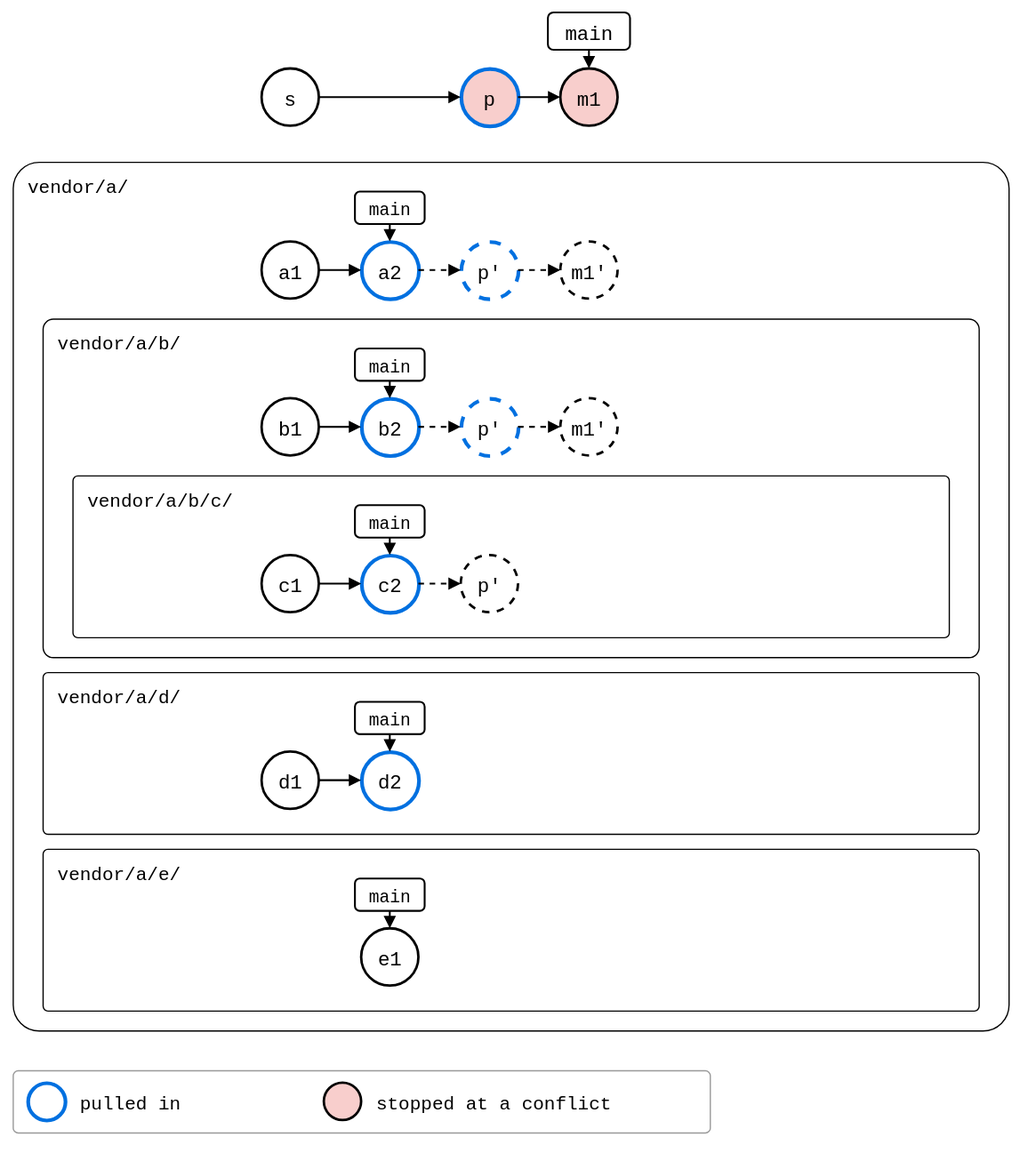
roschaefer/git-splice keeps this draw.io diagram as docs/09-scenarios/05-nested-splices/05-recursion/01-recursive-pull/rebased-pulled.drawio.svg. Above is the earlier version. Source tidied: cells renumbered, new cells last; positions are measured from the earlier drawing's top-left corner, leaving out a move shared by most shapes. Source of this version:
```xml
<mxGraphModel background="#ffffff">
  <root>
    <mxCell id="0" />
    <mxCell id="1" parent="0" />
    <mxCell id="2" value="vendor/a/" style="rounded=1;arcSize=3;fillColor=none;strokeWidth=1;fontSize=15;verticalAlign=top;align=left;spacingLeft=10;spacingTop=4;fontFamily=Roboto Mono,monospace;" parent="1" vertex="1">
      <mxGeometry y="120" width="800" height="698" as="geometry" />
    </mxCell>
    <mxCell id="3" value="vendor/a/e/" style="rounded=1;arcSize=3;fillColor=none;strokeWidth=1;fontSize=15;verticalAlign=top;align=left;spacingLeft=10;spacingTop=4;fontFamily=Roboto Mono,monospace;" parent="1" vertex="1">
      <mxGeometry x="24" y="672" width="752" height="130" as="geometry" />
    </mxCell>
    <mxCell id="4" value="vendor/a/d/" style="rounded=1;arcSize=3;fillColor=none;strokeWidth=1;fontSize=15;verticalAlign=top;align=left;spacingLeft=10;spacingTop=4;fontFamily=Roboto Mono,monospace;" parent="1" vertex="1">
      <mxGeometry x="24" y="530" width="752" height="130" as="geometry" />
    </mxCell>
    <mxCell id="5" value="vendor/a/b/" style="rounded=1;arcSize=3;fillColor=none;strokeWidth=1;fontSize=15;verticalAlign=top;align=left;spacingLeft=10;spacingTop=4;fontFamily=Roboto Mono,monospace;" parent="1" vertex="1">
      <mxGeometry x="24" y="246" width="752" height="272" as="geometry" />
    </mxCell>
    <mxCell id="6" value="vendor/a/b/c/" style="rounded=1;arcSize=3;fillColor=none;strokeWidth=1;fontSize=15;verticalAlign=top;align=left;spacingLeft=10;spacingTop=4;fontFamily=Roboto Mono,monospace;" parent="1" vertex="1">
      <mxGeometry x="48" y="372" width="704" height="130" as="geometry" />
    </mxCell>
    <mxCell id="7" value="s" style="ellipse;strokeWidth=2;fontSize=16;fontFamily=Roboto Mono,monospace;" parent="1" vertex="1">
      <mxGeometry x="200" y="45" width="46" height="46" as="geometry" />
    </mxCell>
    <mxCell id="8" value="p" style="ellipse;strokeWidth=2;fontSize=16;fontFamily=Roboto Mono,monospace;strokeColor=#0070E0;strokeWidth=3;fillColor=#F8CECC;" parent="1" vertex="1">
      <mxGeometry x="360" y="45" width="46" height="46" as="geometry" />
    </mxCell>
    <mxCell id="9" value="m1" style="ellipse;strokeWidth=2;fontSize=16;fontFamily=Roboto Mono,monospace;fillColor=#F8CECC;" parent="1" vertex="1">
      <mxGeometry x="440" y="45" width="46" height="46" as="geometry" />
    </mxCell>
    <mxCell id="10" value="main" style="rounded=1;strokeWidth=1.5;fontSize=16;fontFamily=Roboto Mono,monospace;" parent="1" vertex="1">
      <mxGeometry x="430" width="66" height="30" as="geometry" />
    </mxCell>
    <mxCell id="11" style="endArrow=block;endFill=1;html=1;strokeWidth=1.5;rounded=0;" parent="1" edge="1" source="10" target="9">
      <mxGeometry relative="1" as="geometry" />
    </mxCell>
    <mxCell id="12" value="a1" style="ellipse;strokeWidth=2;fontSize=16;fontFamily=Roboto Mono,monospace;" parent="1" vertex="1">
      <mxGeometry x="200" y="184" width="46" height="46" as="geometry" />
    </mxCell>
    <mxCell id="13" value="a2" style="ellipse;strokeWidth=2;fontSize=16;fontFamily=Roboto Mono,monospace;strokeColor=#0070E0;strokeWidth=3;" parent="1" vertex="1">
      <mxGeometry x="280" y="184" width="46" height="46" as="geometry" />
    </mxCell>
    <mxCell id="14" value="p'" style="ellipse;strokeWidth=2;fontSize=16;fontFamily=Roboto Mono,monospace;strokeColor=#0070E0;strokeWidth=3;dashed=1;" parent="1" vertex="1">
      <mxGeometry x="360" y="184" width="46" height="46" as="geometry" />
    </mxCell>
    <mxCell id="15" value="m1'" style="ellipse;strokeWidth=2;fontSize=16;fontFamily=Roboto Mono,monospace;dashed=1;" parent="1" vertex="1">
      <mxGeometry x="440" y="184" width="46" height="46" as="geometry" />
    </mxCell>
    <mxCell id="16" value="main" style="rounded=1;strokeWidth=1.5;fontSize=16;fontFamily=Roboto Mono,monospace;fontSize=14;" parent="1" vertex="1">
      <mxGeometry x="275" y="144" width="56" height="26" as="geometry" />
    </mxCell>
    <mxCell id="17" style="endArrow=block;endFill=1;html=1;strokeWidth=1.5;rounded=0;" parent="1" edge="1" source="16" target="13">
      <mxGeometry relative="1" as="geometry" />
    </mxCell>
    <mxCell id="18" value="b1" style="ellipse;strokeWidth=2;fontSize=16;fontFamily=Roboto Mono,monospace;" parent="1" vertex="1">
      <mxGeometry x="200" y="310" width="46" height="46" as="geometry" />
    </mxCell>
    <mxCell id="19" value="b2" style="ellipse;strokeWidth=2;fontSize=16;fontFamily=Roboto Mono,monospace;strokeColor=#0070E0;strokeWidth=3;" parent="1" vertex="1">
      <mxGeometry x="280" y="310" width="46" height="46" as="geometry" />
    </mxCell>
    <mxCell id="20" value="p'" style="ellipse;strokeWidth=2;fontSize=16;fontFamily=Roboto Mono,monospace;strokeColor=#0070E0;strokeWidth=3;dashed=1;" parent="1" vertex="1">
      <mxGeometry x="360" y="310" width="46" height="46" as="geometry" />
    </mxCell>
    <mxCell id="21" value="m1'" style="ellipse;strokeWidth=2;fontSize=16;fontFamily=Roboto Mono,monospace;dashed=1;" parent="1" vertex="1">
      <mxGeometry x="440" y="310" width="46" height="46" as="geometry" />
    </mxCell>
    <mxCell id="22" value="main" style="rounded=1;strokeWidth=1.5;fontSize=16;fontFamily=Roboto Mono,monospace;fontSize=14;" parent="1" vertex="1">
      <mxGeometry x="275" y="270" width="56" height="26" as="geometry" />
    </mxCell>
    <mxCell id="23" style="endArrow=block;endFill=1;html=1;strokeWidth=1.5;rounded=0;" parent="1" edge="1" source="22" target="19">
      <mxGeometry relative="1" as="geometry" />
    </mxCell>
    <mxCell id="24" value="c1" style="ellipse;strokeWidth=2;fontSize=16;fontFamily=Roboto Mono,monospace;" parent="1" vertex="1">
      <mxGeometry x="200" y="436" width="46" height="46" as="geometry" />
    </mxCell>
    <mxCell id="25" value="c2" style="ellipse;strokeWidth=2;fontSize=16;fontFamily=Roboto Mono,monospace;strokeColor=#0070E0;strokeWidth=3;" parent="1" vertex="1">
      <mxGeometry x="280" y="436" width="46" height="46" as="geometry" />
    </mxCell>
    <mxCell id="26" value="p'" style="ellipse;strokeWidth=2;fontSize=16;fontFamily=Roboto Mono,monospace;dashed=1;" parent="1" vertex="1">
      <mxGeometry x="360" y="436" width="46" height="46" as="geometry" />
    </mxCell>
    <mxCell id="27" value="main" style="rounded=1;strokeWidth=1.5;fontSize=16;fontFamily=Roboto Mono,monospace;fontSize=14;" parent="1" vertex="1">
      <mxGeometry x="275" y="396" width="56" height="26" as="geometry" />
    </mxCell>
    <mxCell id="28" style="endArrow=block;endFill=1;html=1;strokeWidth=1.5;rounded=0;" parent="1" edge="1" source="27" target="25">
      <mxGeometry relative="1" as="geometry" />
    </mxCell>
    <mxCell id="29" value="d1" style="ellipse;strokeWidth=2;fontSize=16;fontFamily=Roboto Mono,monospace;" parent="1" vertex="1">
      <mxGeometry x="200" y="594" width="46" height="46" as="geometry" />
    </mxCell>
    <mxCell id="30" value="d2" style="ellipse;strokeWidth=2;fontSize=16;fontFamily=Roboto Mono,monospace;strokeColor=#0070E0;strokeWidth=3;" parent="1" vertex="1">
      <mxGeometry x="280" y="594" width="46" height="46" as="geometry" />
    </mxCell>
    <mxCell id="31" value="main" style="rounded=1;strokeWidth=1.5;fontSize=16;fontFamily=Roboto Mono,monospace;fontSize=14;" parent="1" vertex="1">
      <mxGeometry x="275" y="554" width="56" height="26" as="geometry" />
    </mxCell>
    <mxCell id="32" style="endArrow=block;endFill=1;html=1;strokeWidth=1.5;rounded=0;" parent="1" edge="1" source="31" target="30">
      <mxGeometry relative="1" as="geometry" />
    </mxCell>
    <mxCell id="33" value="e1" style="ellipse;strokeWidth=2;fontSize=16;fontFamily=Roboto Mono,monospace;" parent="1" vertex="1">
      <mxGeometry x="280" y="736" width="46" height="46" as="geometry" />
    </mxCell>
    <mxCell id="34" value="main" style="rounded=1;strokeWidth=1.5;fontSize=16;fontFamily=Roboto Mono,monospace;fontSize=14;" parent="1" vertex="1">
      <mxGeometry x="275" y="696" width="56" height="26" as="geometry" />
    </mxCell>
    <mxCell id="35" style="endArrow=block;endFill=1;html=1;strokeWidth=1.5;rounded=0;" parent="1" edge="1" source="34" target="33">
      <mxGeometry relative="1" as="geometry" />
    </mxCell>
    <mxCell id="36" style="endArrow=block;endFill=1;html=1;strokeWidth=1.5;rounded=0;" parent="1" edge="1" source="7" target="8">
      <mxGeometry relative="1" as="geometry" />
    </mxCell>
    <mxCell id="37" style="endArrow=block;endFill=1;html=1;strokeWidth=1.5;rounded=0;" parent="1" edge="1" source="8" target="9">
      <mxGeometry relative="1" as="geometry" />
    </mxCell>
    <mxCell id="38" style="endArrow=block;endFill=1;html=1;strokeWidth=1.5;rounded=0;" parent="1" edge="1" source="12" target="13">
      <mxGeometry relative="1" as="geometry" />
    </mxCell>
    <mxCell id="39" style="endArrow=block;endFill=1;html=1;strokeWidth=1.5;rounded=0;dashed=1;" parent="1" edge="1" source="13" target="14">
      <mxGeometry relative="1" as="geometry" />
    </mxCell>
    <mxCell id="40" style="endArrow=block;endFill=1;html=1;strokeWidth=1.5;rounded=0;dashed=1;" parent="1" edge="1" source="14" target="15">
      <mxGeometry relative="1" as="geometry" />
    </mxCell>
    <mxCell id="41" style="endArrow=block;endFill=1;html=1;strokeWidth=1.5;rounded=0;" parent="1" edge="1" source="18" target="19">
      <mxGeometry relative="1" as="geometry" />
    </mxCell>
    <mxCell id="42" style="endArrow=block;endFill=1;html=1;strokeWidth=1.5;rounded=0;dashed=1;" parent="1" edge="1" source="19" target="20">
      <mxGeometry relative="1" as="geometry" />
    </mxCell>
    <mxCell id="43" style="endArrow=block;endFill=1;html=1;strokeWidth=1.5;rounded=0;dashed=1;" parent="1" edge="1" source="20" target="21">
      <mxGeometry relative="1" as="geometry" />
    </mxCell>
    <mxCell id="44" style="endArrow=block;endFill=1;html=1;strokeWidth=1.5;rounded=0;" parent="1" edge="1" source="24" target="25">
      <mxGeometry relative="1" as="geometry" />
    </mxCell>
    <mxCell id="45" style="endArrow=block;endFill=1;html=1;strokeWidth=1.5;rounded=0;dashed=1;" parent="1" edge="1" source="25" target="26">
      <mxGeometry relative="1" as="geometry" />
    </mxCell>
    <mxCell id="46" style="endArrow=block;endFill=1;html=1;strokeWidth=1.5;rounded=0;" parent="1" edge="1" source="29" target="30">
      <mxGeometry relative="1" as="geometry" />
    </mxCell>
    <mxCell id="47" style="rounded=1;arcSize=8;fillColor=none;strokeColor=#999999;strokeWidth=1;legend=1;" parent="1" vertex="1">
      <mxGeometry y="850" width="560" height="50" as="geometry" />
    </mxCell>
    <mxCell id="48" style="ellipse;fontSize=13;fontFamily=Roboto Mono,monospace;strokeWidth=2;strokeColor=#0070E0;strokeWidth=3;" parent="47" vertex="1">
      <mxGeometry x="12" y="10" width="30" height="30" as="geometry" />
    </mxCell>
    <mxCell id="49" value="pulled in" style="text;align=left;verticalAlign=middle;fontSize=15;fontFamily=Roboto Mono,monospace;" parent="47" vertex="1">
      <mxGeometry x="52" y="10" width="180" height="30" as="geometry" />
    </mxCell>
    <mxCell id="50" style="ellipse;fontSize=13;fontFamily=Roboto Mono,monospace;strokeWidth=2;fillColor=#F8CECC;" parent="47" vertex="1">
      <mxGeometry x="250" y="10" width="30" height="30" as="geometry" />
    </mxCell>
    <mxCell id="51" value="stopped at a conflict" style="text;align=left;verticalAlign=middle;fontSize=15;fontFamily=Roboto Mono,monospace;" parent="47" vertex="1">
      <mxGeometry x="290" y="10" width="260" height="30" as="geometry" />
    </mxCell>
  </root>
</mxGraphModel>
```
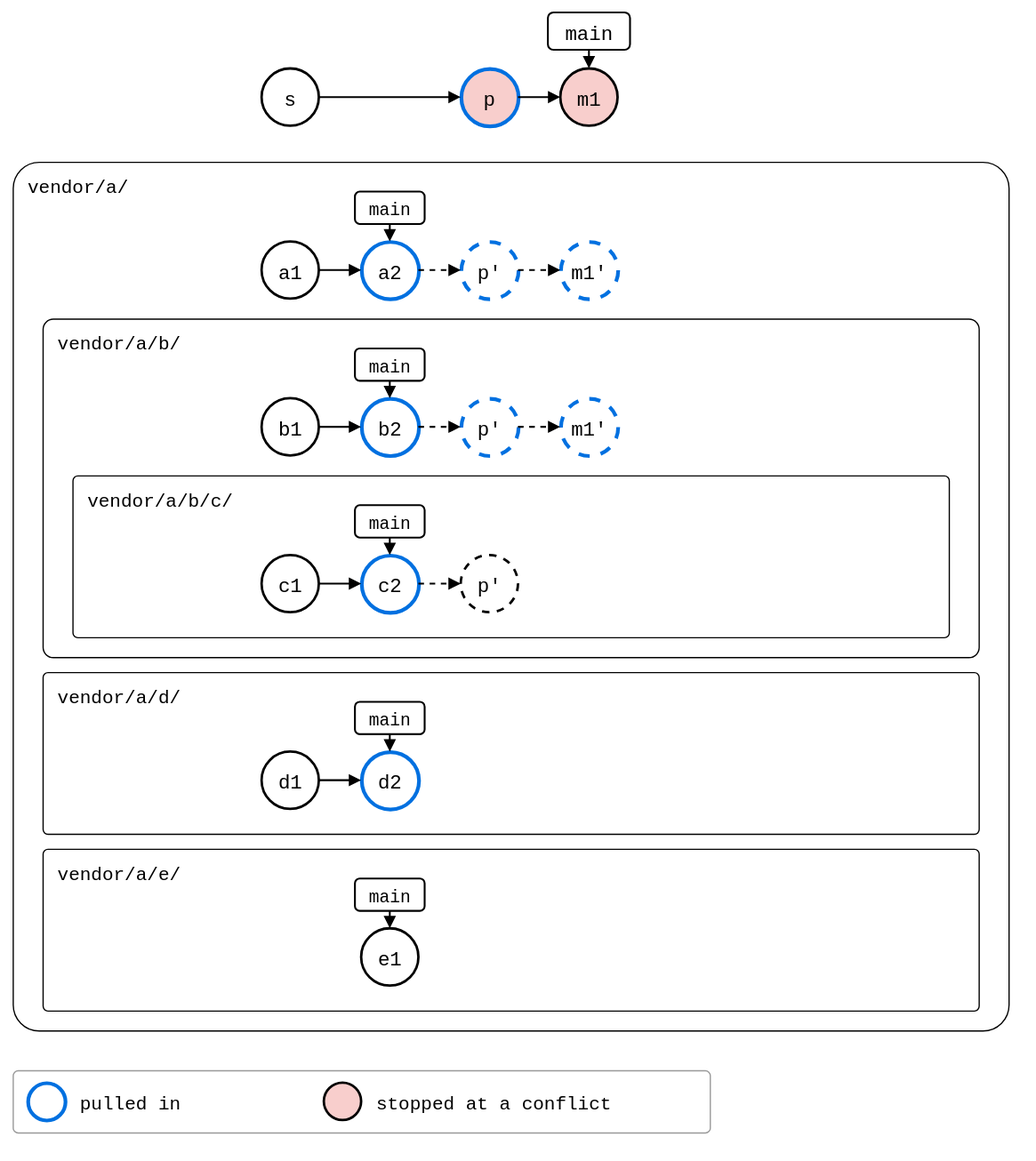
After the commit.

The edit, as a diff of the source:
```diff
@@ -41,7 +41,7 @@
     <mxCell id="14" value="p'" style="ellipse;strokeWidth=2;fontSize=16;fontFamily=Roboto Mono,monospace;strokeColor=#0070E0;strokeWidth=3;dashed=1;" parent="1" vertex="1">
       <mxGeometry x="360" y="184" width="46" height="46" as="geometry" />
     </mxCell>
-    <mxCell id="15" value="m1'" style="ellipse;strokeWidth=2;fontSize=16;fontFamily=Roboto Mono,monospace;dashed=1;" parent="1" vertex="1">
+    <mxCell id="15" value="m1'" style="ellipse;strokeWidth=2;fontSize=16;fontFamily=Roboto Mono,monospace;strokeColor=#0070E0;strokeWidth=3;dashed=1;" parent="1" vertex="1">
       <mxGeometry x="440" y="184" width="46" height="46" as="geometry" />
     </mxCell>
     <mxCell id="16" value="main" style="rounded=1;strokeWidth=1.5;fontSize=16;fontFamily=Roboto Mono,monospace;fontSize=14;" parent="1" vertex="1">
@@ -59,7 +59,7 @@
     <mxCell id="20" value="p'" style="ellipse;strokeWidth=2;fontSize=16;fontFamily=Roboto Mono,monospace;strokeColor=#0070E0;strokeWidth=3;dashed=1;" parent="1" vertex="1">
       <mxGeometry x="360" y="310" width="46" height="46" as="geometry" />
     </mxCell>
-    <mxCell id="21" value="m1'" style="ellipse;strokeWidth=2;fontSize=16;fontFamily=Roboto Mono,monospace;dashed=1;" parent="1" vertex="1">
+    <mxCell id="21" value="m1'" style="ellipse;strokeWidth=2;fontSize=16;fontFamily=Roboto Mono,monospace;strokeColor=#0070E0;strokeWidth=3;dashed=1;" parent="1" vertex="1">
       <mxGeometry x="440" y="310" width="46" height="46" as="geometry" />
     </mxCell>
     <mxCell id="22" value="main" style="rounded=1;strokeWidth=1.5;fontSize=16;fontFamily=Roboto Mono,monospace;fontSize=14;" parent="1" vertex="1">
```
